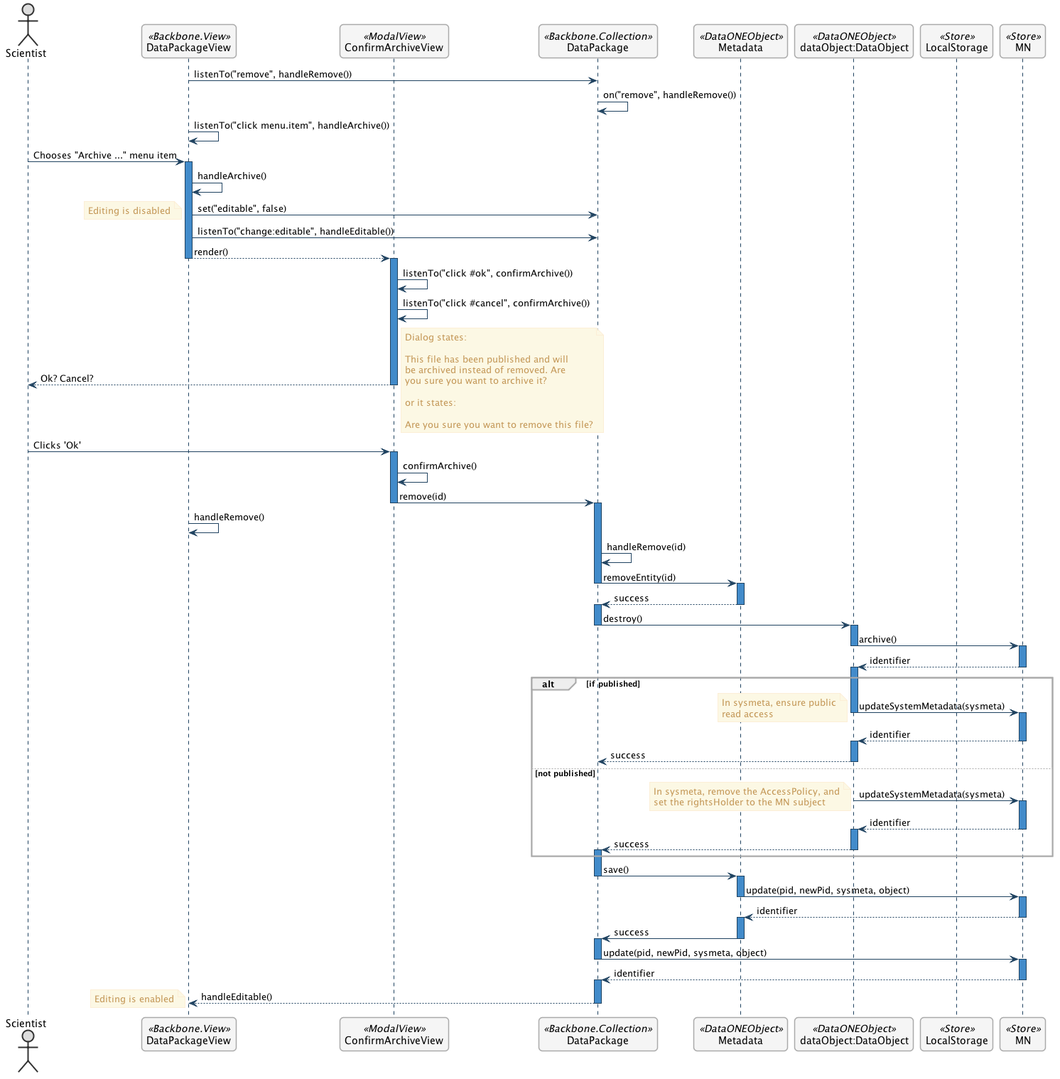
The PlantUML diagram metacatui/docs/design/editor/use-cases/images/remove-a-file-sequence-diagram.png in NCEAS/metacatui, before a commit.
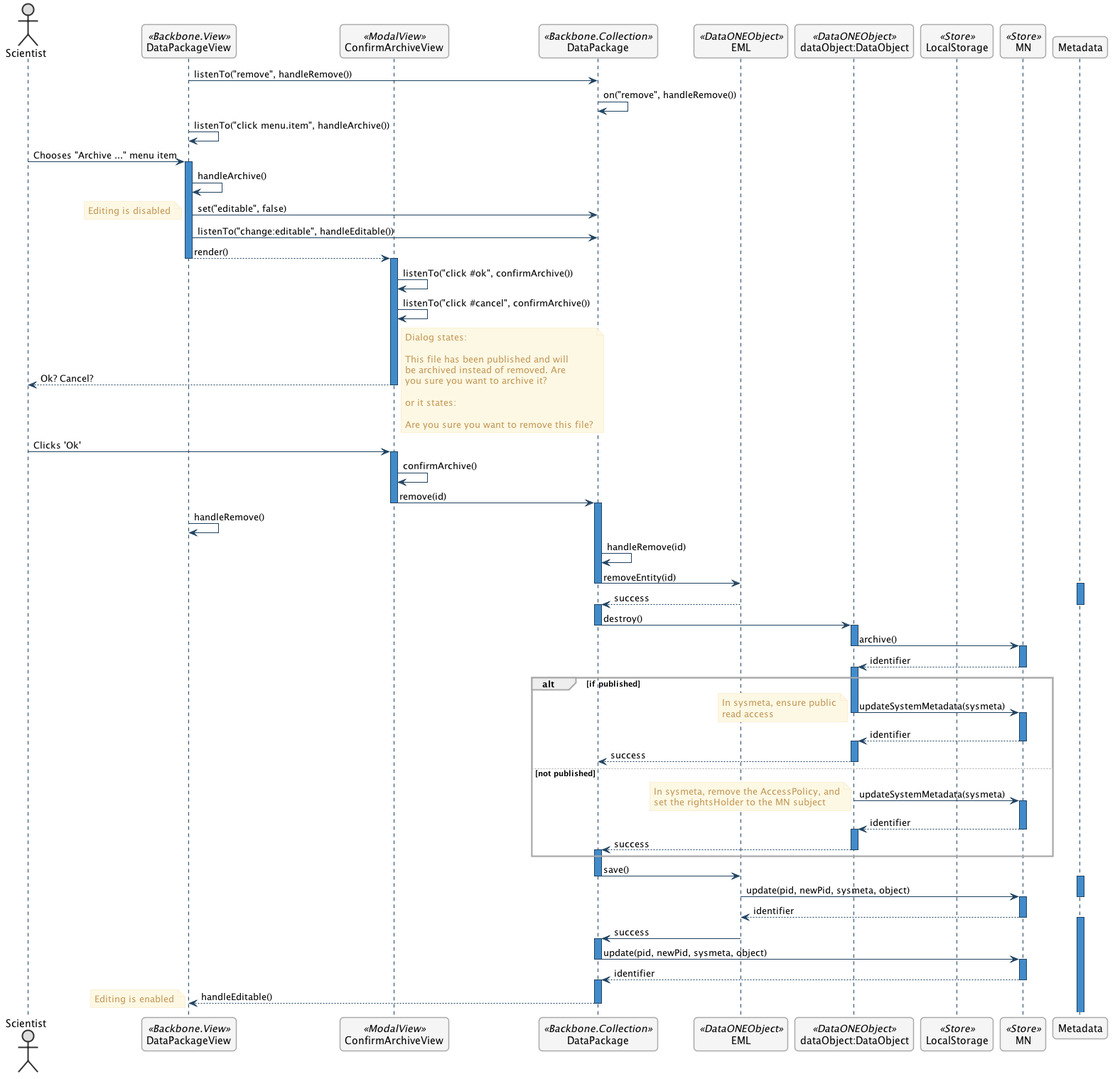
The same diagram one commit later.

Commit message:
Rename the Metadata participant to EML to be more consistent with the class diagrams.

The edit, as a diff of the source:
```diff
@@ -37,7 +37,7 @@
   participant DataPackageView as PackageView <<Backbone.View>>
   participant ConfirmArchiveView as ConfirmArchiveView  <<ModalView>>
   participant DataPackage as DataPackage <<Backbone.Collection>>
-  participant Metadata as Metadata <<DataONEObject>>
+  participant EML as EML <<DataONEObject>>
   participant DataObject as "dataObject:DataObject" <<DataONEObject>>
   participant LocalStorage as LocalStore  <<Store>>
   participant MN as MN  <<Store>>
@@ -84,11 +84,11 @@
   activate DataPackage
   PackageView -> PackageView : handleRemove()
     DataPackage -> DataPackage : handleRemove(id)
-    DataPackage -> Metadata : removeEntity(id)
+    DataPackage -> EML : removeEntity(id)
   deactivate DataPackage
 
   activate Metadata
-    Metadata --> DataPackage : success
+    EML --> DataPackage : success
   deactivate Metadata
 
   activate DataPackage
@@ -140,20 +140,20 @@
   end
 
 
-    DataPackage -> Metadata : save()
+    DataPackage -> EML : save()
   deactivate DataPackage
 
   activate Metadata
-    Metadata -> MN : update(pid, newPid, sysmeta, object)
+    EML -> MN : update(pid, newPid, sysmeta, object)
   deactivate Metadata
 
   activate MN
-    MN --> Metadata : identifier
+    MN --> EML : identifier
   deactivate MN
 
   activate Metadata
-    Metadata -> DataPackage : success
-  deactivate Metadata
+    EML -> DataPackage : success
+  deactivate EML
 
   activate DataPackage
     DataPackage -> MN : update(pid, newPid, sysmeta, object)
```
